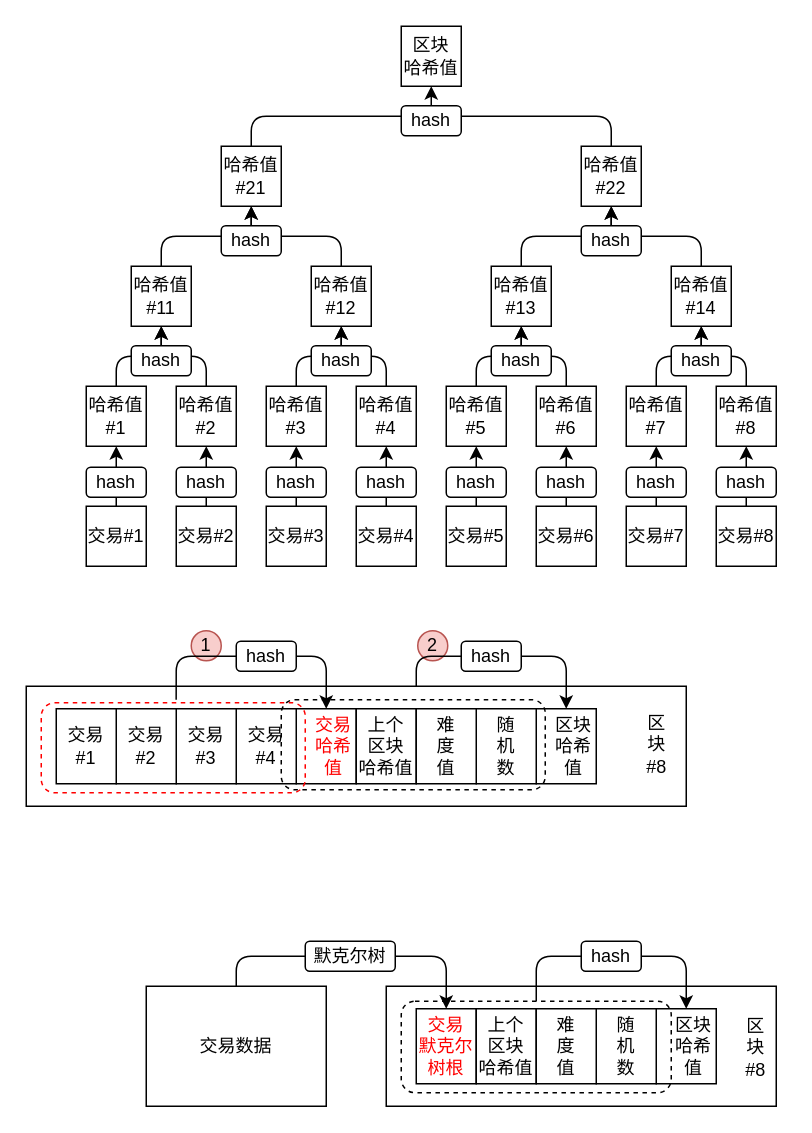
The draw.io diagram page "Tree" (6 of 6) of draw/ch04.drawio in zxh0/blockchain-book, before the edit. Source tidied: cells renumbered, new cells numbered last; positions are measured from the earlier drawing's top-left corner, leaving out a move shared by most shapes. Both pictures are drawn from the tidied source at 150%, with x=0, y=0 at pixel (26, 26).
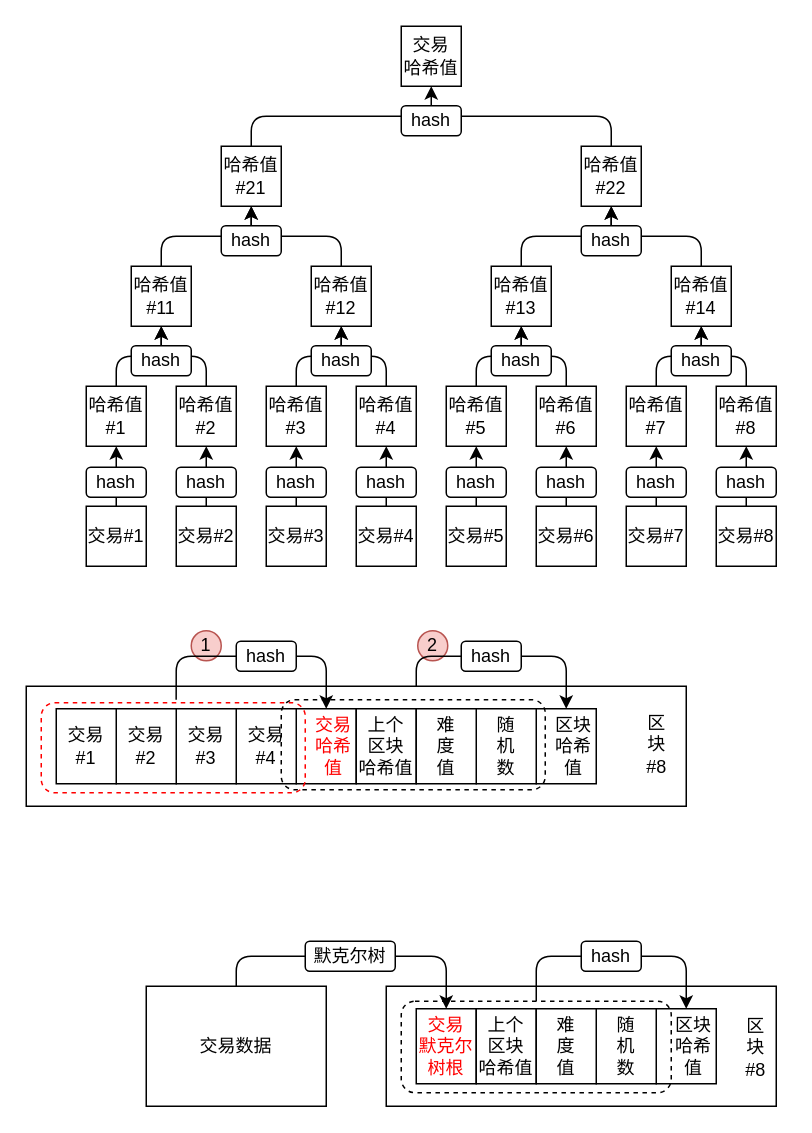
The same page after the edit.

What changed in the source:
```diff
@@
-    <mxCell id="48" value="区块&lt;br&gt;哈希值" style="rounded=0;whiteSpace=wrap;html=1;" parent="1" vertex="1">
+    <mxCell id="48" value="交易&lt;br&gt;哈希值" style="rounded=0;whiteSpace=wrap;html=1;" parent="1" vertex="1">
       <mxGeometry x="250" width="40" height="40" as="geometry" />
     </mxCell>
```
